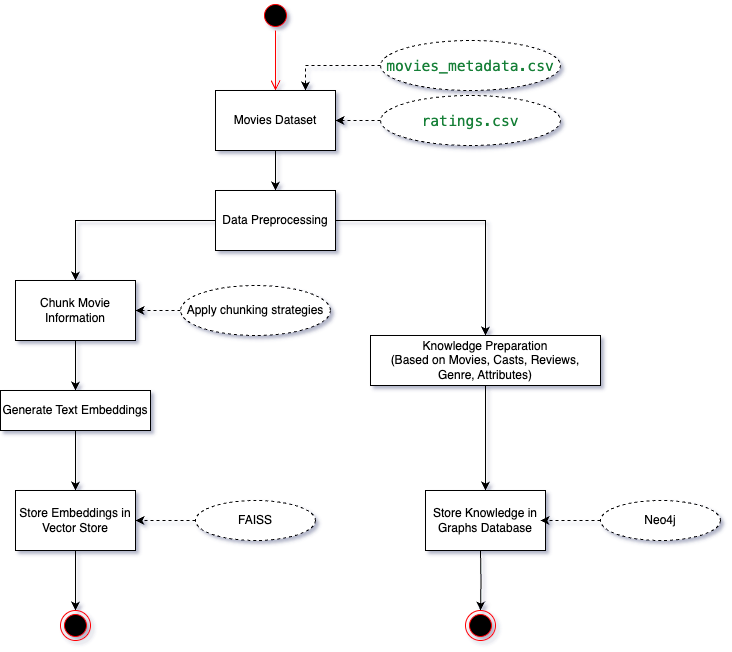
Above: Design Documents/Data Processing.png in Halum/NLProc-Proj-M-SS25-team-basic (draw.io), before the change. Source tidied: cells renumbered, new cells last; positions are measured from the earlier drawing's top-left corner, leaving out a move shared by most shapes.
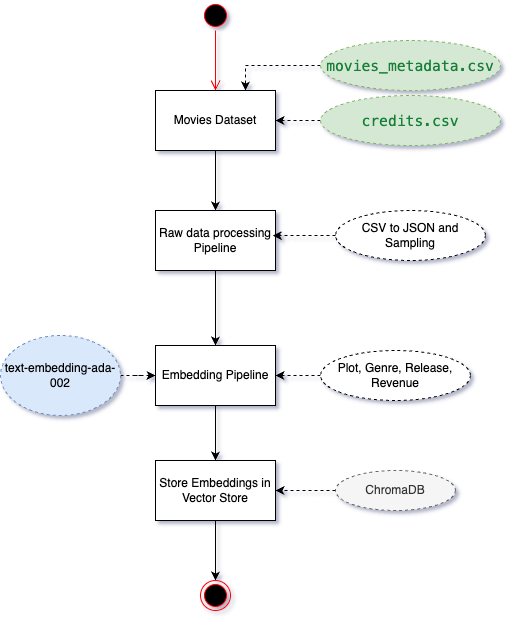
After the change.

What changed in the source:
```diff
@@ -11,7 +11,7 @@
         <mxPoint x="275" y="90" as="targetPoint" />
       </mxGeometry>
     </mxCell>
-    <mxCell id="4" style="edgeStyle=orthogonalEdgeStyle;rounded=0;jettySize=auto;html=1;entryX=0.5;entryY=0;entryDx=0;entryDy=0;" parent="1" edge="1" source="5" target="12">
+    <mxCell id="4" style="edgeStyle=orthogonalEdgeStyle;rounded=0;jettySize=auto;html=1;entryX=0.5;entryY=0;entryDx=0;entryDy=0;" parent="1" edge="1" source="5" target="11">
       <mxGeometry relative="1" as="geometry" />
     </mxCell>
     <mxCell id="5" value="Movies Dataset" style="rounded=0;whiteSpace=wrap;html=1;" parent="1" vertex="1">
@@ -20,81 +20,64 @@
     <mxCell id="6" style="edgeStyle=orthogonalEdgeStyle;rounded=0;jettySize=auto;html=1;entryX=0.75;entryY=0;entryDx=0;entryDy=0;dashed=1;" parent="1" edge="1" source="7" target="5">
       <mxGeometry relative="1" as="geometry" />
     </mxCell>
-    <mxCell id="7" value="&lt;span id=&quot;docs-internal-guid-5b33ed16-7fff-eb39-8e07-b96d532bc41a&quot;&gt;&lt;span style=&quot;font-size: 11pt; font-family: &amp;quot;Roboto Mono&amp;quot;, monospace; color: rgb(24, 128, 56); background-color: transparent; font-variant-numeric: normal; font-variant-east-asian: normal; font-variant-alternates: normal; font-variant-position: normal; font-variant-emoji: normal; vertical-align: baseline; white-space-collapse: preserve;&quot;&gt;movies_metadata.csv&lt;/span&gt;&lt;/span&gt;" style="ellipse;whiteSpace=wrap;html=1;dashed=1;" parent="1" vertex="1">
+    <mxCell id="7" value="&lt;span id=&quot;docs-internal-guid-5b33ed16-7fff-eb39-8e07-b96d532bc41a&quot;&gt;&lt;span style=&quot;font-size: 11pt; font-family: &amp;quot;Roboto Mono&amp;quot;, monospace; color: rgb(24, 128, 56); background-color: transparent; font-variant-numeric: normal; font-variant-east-asian: normal; font-variant-alternates: normal; font-variant-position: normal; font-variant-emoji: normal; vertical-align: baseline; white-space-collapse: preserve;&quot;&gt;movies_metadata.csv&lt;/span&gt;&lt;/span&gt;" style="ellipse;whiteSpace=wrap;html=1;dashed=1;fillColor=#d5e8d4;strokeColor=#82b366;" parent="1" vertex="1">
       <mxGeometry x="380" y="40" width="180" height="50" as="geometry" />
     </mxCell>
     <mxCell id="8" style="edgeStyle=orthogonalEdgeStyle;rounded=0;jettySize=auto;html=1;entryX=1;entryY=0.5;entryDx=0;entryDy=0;dashed=1;" parent="1" edge="1" source="9" target="5">
       <mxGeometry relative="1" as="geometry" />
     </mxCell>
-    <mxCell id="9" value="&lt;span id=&quot;docs-internal-guid-9be8de7b-7fff-7af2-11e0-fa5847a3b25d&quot;&gt;&lt;span style=&quot;font-size: 11pt; font-family: &amp;quot;Roboto Mono&amp;quot;, monospace; color: rgb(24, 128, 56); background-color: transparent; font-variant-numeric: normal; font-variant-east-asian: normal; font-variant-alternates: normal; font-variant-position: normal; font-variant-emoji: normal; vertical-align: baseline; white-space-collapse: preserve;&quot;&gt;ratings.csv&lt;/span&gt;&lt;/span&gt;" style="ellipse;whiteSpace=wrap;html=1;dashed=1;" parent="1" vertex="1">
+    <mxCell id="9" value="&lt;span id=&quot;docs-internal-guid-9be8de7b-7fff-7af2-11e0-fa5847a3b25d&quot;&gt;&lt;span style=&quot;font-size: 11pt; font-family: &amp;quot;Roboto Mono&amp;quot;, monospace; color: rgb(24, 128, 56); background-color: transparent; font-variant-numeric: normal; font-variant-east-asian: normal; font-variant-alternates: normal; font-variant-position: normal; font-variant-emoji: normal; vertical-align: baseline; white-space-collapse: preserve;&quot;&gt;credits.csv&lt;/span&gt;&lt;/span&gt;" style="ellipse;whiteSpace=wrap;html=1;dashed=1;fillColor=#d5e8d4;strokeColor=#82b366;" parent="1" vertex="1">
       <mxGeometry x="380" y="95" width="180" height="50" as="geometry" />
     </mxCell>
-    <mxCell id="10" style="edgeStyle=orthogonalEdgeStyle;rounded=0;jettySize=auto;html=1;entryX=0.5;entryY=0;entryDx=0;entryDy=0;" parent="1" edge="1" source="12" target="14">
+    <mxCell id="10" style="edgeStyle=orthogonalEdgeStyle;rounded=0;jettySize=auto;html=1;entryX=0.5;entryY=0;entryDx=0;entryDy=0;" parent="1" edge="1" source="11" target="13">
       <mxGeometry relative="1" as="geometry" />
     </mxCell>
-    <mxCell id="11" style="edgeStyle=orthogonalEdgeStyle;rounded=0;jettySize=auto;html=1;entryX=0.5;entryY=0;entryDx=0;entryDy=0;" parent="1" edge="1" source="12" target="20">
-      <mxGeometry relative="1" as="geometry" />
+    <mxCell id="11" value="Raw data processing Pipeline" style="rounded=0;whiteSpace=wrap;html=1;" parent="1" vertex="1">
+      <mxGeometry x="215" y="210" width="120" height="60" as="geometry" />
     </mxCell>
-    <mxCell id="12" value="Data Preprocessing" style="rounded=0;whiteSpace=wrap;html=1;" parent="1" vertex="1">
-      <mxGeometry x="215" y="190" width="120" height="60" as="geometry" />
+    <mxCell id="12" style="edgeStyle=orthogonalEdgeStyle;rounded=0;jettySize=auto;html=1;" parent="1" edge="1" source="13" target="17">
+      <mxGeometry relative="1" as="geometry" />
     </mxCell>
-    <mxCell id="13" style="edgeStyle=orthogonalEdgeStyle;rounded=0;jettySize=auto;html=1;" parent="1" edge="1" source="14" target="18">
-      <mxGeometry relative="1" as="geometry" />
+    <mxCell id="13" value="Embedding Pipeline" style="rounded=0;whiteSpace=wrap;html=1;" parent="1" vertex="1">
+      <mxGeometry x="215" y="345" width="120" height="60" as="geometry" />
     </mxCell>
-    <mxCell id="14" value="Chunk Movie Information" style="rounded=0;whiteSpace=wrap;html=1;" parent="1" vertex="1">
-      <mxGeometry x="15" y="280" width="120" height="60" as="geometry" />
+    <mxCell id="14" style="edgeStyle=orthogonalEdgeStyle;rounded=0;jettySize=auto;html=1;entryX=1;entryY=0.5;entryDx=0;entryDy=0;dashed=1;" parent="1" edge="1" source="15" target="13">
+      <mxGeometry relative="1" as="geometry" />
     </mxCell>
-    <mxCell id="15" style="edgeStyle=orthogonalEdgeStyle;rounded=0;jettySize=auto;html=1;entryX=1;entryY=0.5;entryDx=0;entryDy=0;dashed=1;" parent="1" edge="1" source="16" target="14">
-      <mxGeometry relative="1" as="geometry" />
+    <mxCell id="15" value="Plot, Genre, Release, Revenue" style="ellipse;whiteSpace=wrap;html=1;dashed=1;" parent="1" vertex="1">
+      <mxGeometry x="380" y="350" width="150" height="50" as="geometry" />
     </mxCell>
-    <mxCell id="16" value="Apply chunking strategies" style="ellipse;whiteSpace=wrap;html=1;dashed=1;" parent="1" vertex="1">
-      <mxGeometry x="180" y="285" width="150" height="50" as="geometry" />
+    <mxCell id="16" style="edgeStyle=orthogonalEdgeStyle;rounded=0;jettySize=auto;html=1;entryX=0.5;entryY=0;entryDx=0;entryDy=0;" parent="1" edge="1" source="17" target="20">
+      <mxGeometry relative="1" as="geometry" />
     </mxCell>
-    <mxCell id="17" style="edgeStyle=orthogonalEdgeStyle;rounded=0;jettySize=auto;html=1;entryX=0.5;entryY=0;entryDx=0;entryDy=0;" parent="1" edge="1" source="18" target="22">
-      <mxGeometry relative="1" as="geometry" />
+    <mxCell id="17" value="Store Embeddings in Vector Store" style="rounded=0;whiteSpace=wrap;html=1;" parent="1" vertex="1">
+      <mxGeometry x="215" y="460" width="120" height="60" as="geometry" />
     </mxCell>
-    <mxCell id="18" value="Generate Text&amp;nbsp;Embeddings" style="rounded=0;whiteSpace=wrap;html=1;" parent="1" vertex="1">
-      <mxGeometry y="390" width="150" height="40" as="geometry" />
+    <mxCell id="18" style="edgeStyle=orthogonalEdgeStyle;rounded=0;jettySize=auto;html=1;entryX=1;entryY=0.5;entryDx=0;entryDy=0;dashed=1;" parent="1" edge="1" source="19" target="17">
+      <mxGeometry relative="1" as="geometry" />
     </mxCell>
-    <mxCell id="19" style="edgeStyle=orthogonalEdgeStyle;rounded=0;jettySize=auto;html=1;entryX=0.5;entryY=0;entryDx=0;entryDy=0;" parent="1" edge="1" source="20" target="26">
-      <mxGeometry relative="1" as="geometry" />
+    <mxCell id="19" value="ChromaDB" style="ellipse;whiteSpace=wrap;html=1;dashed=1;fillColor=#f5f5f5;fontColor=#333333;strokeColor=#666666;" parent="1" vertex="1">
+      <mxGeometry x="395" y="470" width="120" height="40" as="geometry" />
     </mxCell>
-    <mxCell id="20" value="Knowledge Preparation&lt;div&gt;(Based on Movies, Casts, Reviews, Genre, Attributes)&lt;/div&gt;" style="rounded=0;whiteSpace=wrap;html=1;" parent="1" vertex="1">
-      <mxGeometry x="370" y="335" width="230" height="50" as="geometry" />
+    <mxCell id="20" style="ellipse;html=1;shape=endState;fillColor=#000000;strokeColor=#ff0000;" parent="1" vertex="1">
+      <mxGeometry x="260" y="580" width="30" height="30" as="geometry" />
     </mxCell>
-    <mxCell id="21" style="edgeStyle=orthogonalEdgeStyle;rounded=0;jettySize=auto;html=1;entryX=0.5;entryY=0;entryDx=0;entryDy=0;" parent="1" edge="1" source="22" target="25">
-      <mxGeometry relative="1" as="geometry" />
+    <mxCell id="21" value="CSV to JSON and Sampling" style="ellipse;whiteSpace=wrap;html=1;dashed=1;" parent="1" vertex="1">
+      <mxGeometry x="395" y="210" width="150" height="50" as="geometry" />
     </mxCell>
-    <mxCell id="22" value="Store Embeddings in Vector Store" style="rounded=0;whiteSpace=wrap;html=1;" parent="1" vertex="1">
-      <mxGeometry x="15" y="490" width="120" height="60" as="geometry" />
+    <mxCell id="22" style="edgeStyle=orthogonalEdgeStyle;rounded=0;jettySize=auto;html=1;entryX=0.977;entryY=0.418;entryDx=0;entryDy=0;dashed=1;entryPerimeter=0;exitX=0;exitY=0.5;exitDx=0;exitDy=0;" parent="1" edge="1" source="21" target="11">
+      <mxGeometry relative="1" as="geometry">
+        <Array as="points">
+          <mxPoint x="390" y="235" />
+          <mxPoint x="390" y="235" />
+        </Array>
+      </mxGeometry>
     </mxCell>
-    <mxCell id="23" style="edgeStyle=orthogonalEdgeStyle;rounded=0;jettySize=auto;html=1;entryX=1;entryY=0.5;entryDx=0;entryDy=0;dashed=1;" parent="1" edge="1" source="24" target="22">
+    <mxCell id="23" style="edgeStyle=orthogonalEdgeStyle;rounded=0;jettySize=auto;html=1;dashed=1;" parent="1" edge="1" source="24" target="13">
       <mxGeometry relative="1" as="geometry" />
     </mxCell>
-    <mxCell id="24" value="FAISS" style="ellipse;whiteSpace=wrap;html=1;dashed=1;" parent="1" vertex="1">
-      <mxGeometry x="195" y="500" width="120" height="40" as="geometry" />
+    <mxCell id="24" value="text-embedding-ada-002" style="ellipse;whiteSpace=wrap;html=1;dashed=1;fillColor=#dae8fc;strokeColor=#6c8ebf;" parent="1" vertex="1">
+      <mxGeometry x="60" y="335" width="120" height="80" as="geometry" />
     </mxCell>
-    <mxCell id="25" style="ellipse;html=1;shape=endState;fillColor=#000000;strokeColor=#ff0000;" parent="1" vertex="1">
-      <mxGeometry x="60" y="610" width="30" height="30" as="geometry" />
-    </mxCell>
-    <mxCell id="26" value="Store Knowledge in Graphs Database" style="rounded=0;whiteSpace=wrap;html=1;" parent="1" vertex="1">
-      <mxGeometry x="425" y="490" width="120" height="60" as="geometry" />
-    </mxCell>
-    <mxCell id="27" style="edgeStyle=orthogonalEdgeStyle;rounded=0;jettySize=auto;html=1;entryX=1;entryY=0.5;entryDx=0;entryDy=0;dashed=1;" parent="1" edge="1" source="28">
-      <mxGeometry relative="1" as="geometry">
-        <mxPoint x="540" y="520" as="targetPoint" />
-      </mxGeometry>
-    </mxCell>
-    <mxCell id="28" value="Neo4j" style="ellipse;whiteSpace=wrap;html=1;dashed=1;" parent="1" vertex="1">
-      <mxGeometry x="600" y="500" width="120" height="40" as="geometry" />
-    </mxCell>
-    <mxCell id="29" style="edgeStyle=orthogonalEdgeStyle;rounded=0;jettySize=auto;html=1;entryX=0.5;entryY=0;entryDx=0;entryDy=0;" parent="1" edge="1" target="30">
-      <mxGeometry relative="1" as="geometry">
-        <mxPoint x="480" y="550" as="sourcePoint" />
-      </mxGeometry>
-    </mxCell>
-    <mxCell id="30" style="ellipse;html=1;shape=endState;fillColor=#000000;strokeColor=#ff0000;" parent="1" vertex="1">
-      <mxGeometry x="465" y="610" width="30" height="30" as="geometry" />
-    </mxCell>
   </root>
 </mxGraphModel>
```
